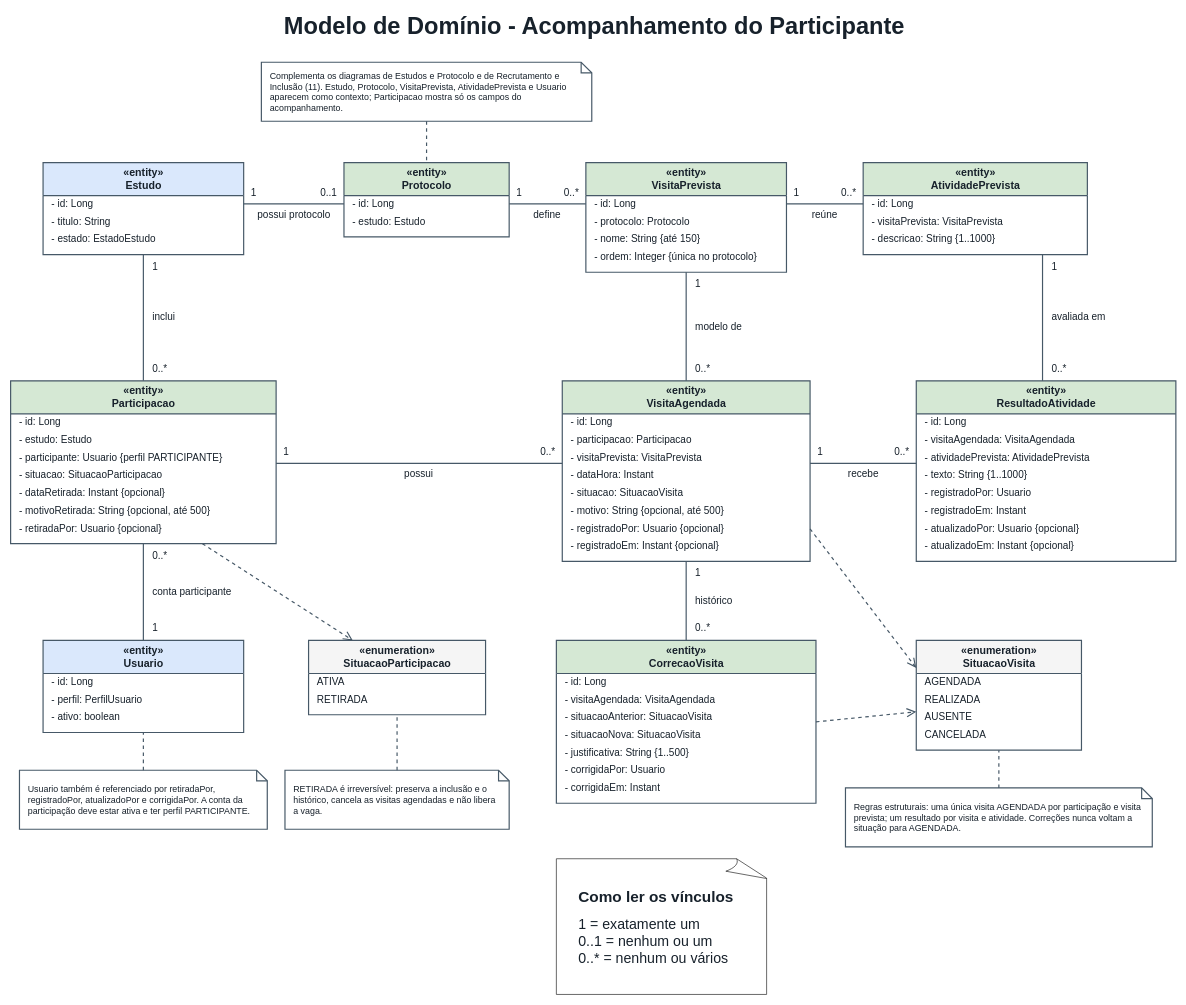
The draw.io diagram docs/diagramas/15_modelo_dominio_acompanhamento.drawio in Sinddylnn/ClinicalStudyPB, before the edit. Source tidied: cells renumbered, new cells numbered last; positions are measured from the earlier drawing's top-left corner, leaving out a move shared by most shapes. Both pictures are drawn from the tidied source at 59%, with x=0, y=0 at pixel (10, 10).
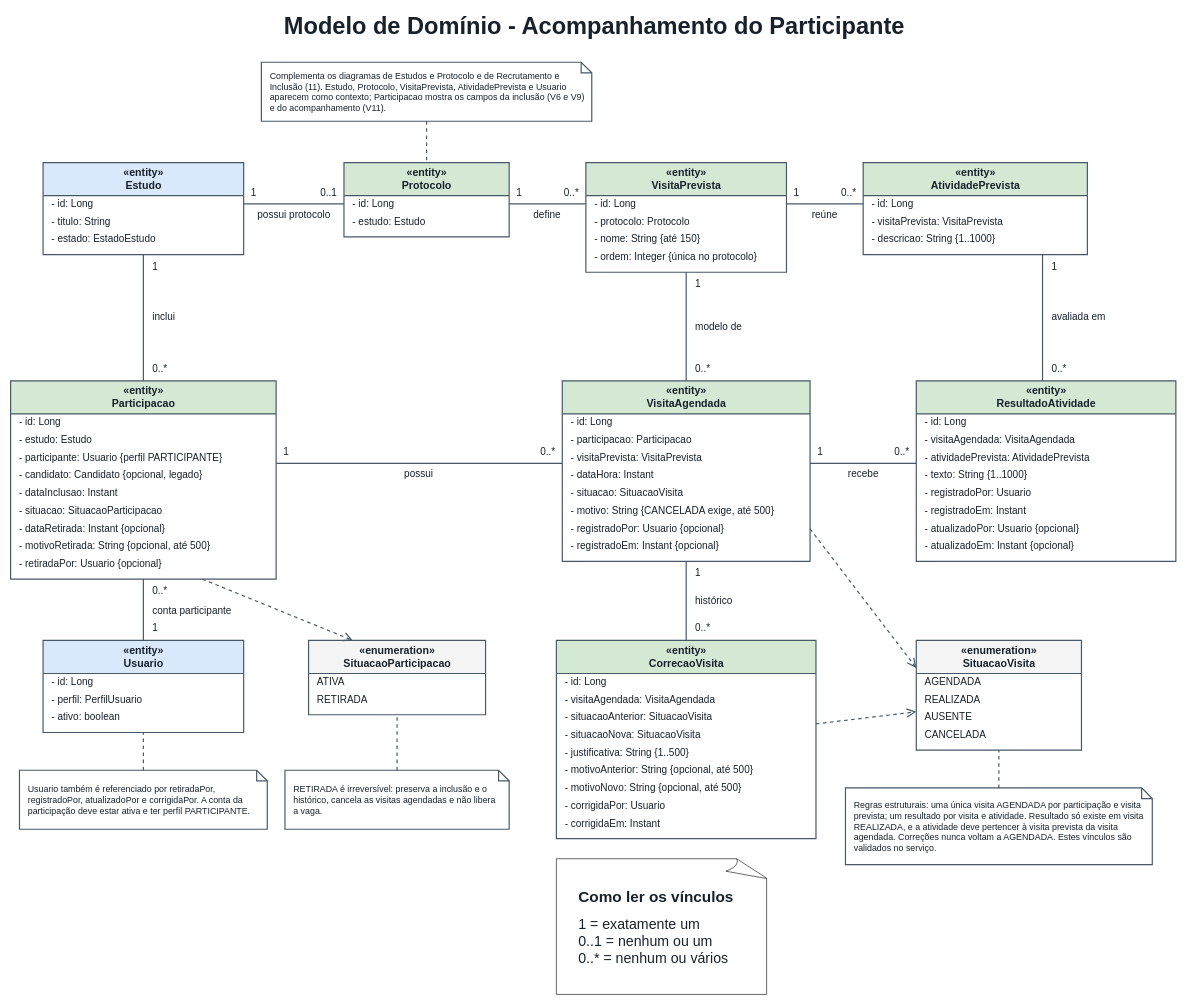
Above is the later version.

Commit message (it also covers changes not shown here):
fix: aplica correções em diagramas

Unchanged cells that the change refers to:
```xml
<mxCell id="26" value="«entity»&#10;VisitaAgendada" style="swimlane;html=0;whiteSpace=wrap;startSize=56;horizontal=1;align=center;verticalAlign=middle;fontFamily=Arial;fontSize=18;fontStyle=1;fontColor=#17212B;fillColor=#D5E8D4;swimlaneFillColor=#FFFFFF;strokeColor=#465867;strokeWidth=2;" parent="1" vertex="1">
  <mxGeometry x="935.5" y="628" width="420" height="306" as="geometry" />
</mxCell>
<mxCell id="59" value="«enumeration»&#10;SituacaoVisita" style="swimlane;html=0;whiteSpace=wrap;startSize=56;horizontal=1;align=center;verticalAlign=middle;fontFamily=Arial;fontSize=18;fontStyle=1;fontColor=#17212B;fillColor=#F5F5F5;swimlaneFillColor=#FFFFFF;strokeColor=#465867;strokeWidth=2;" parent="1" vertex="1">
  <mxGeometry x="1535.5" y="1068" width="280" height="186" as="geometry" />
</mxCell>
```

Change to the diagram source:
```diff
@@
     <mxCell id="18" value="«entity»&#10;Participacao" style="swimlane;html=0;whiteSpace=wrap;startSize=56;horizontal=1;align=center;verticalAlign=middle;fontFamily=Arial;fontSize=18;fontStyle=1;fontColor=#17212B;fillColor=#D5E8D4;swimlaneFillColor=#FFFFFF;strokeColor=#465867;strokeWidth=2;" parent="1" vertex="1">
-      <mxGeometry x="0.5" y="628" width="450" height="276" as="geometry" />
+      <mxGeometry x="0.5" y="628" width="450" height="336" as="geometry" />
     </mxCell>
@@
-    <mxCell id="22" value="- situacao: SituacaoParticipacao" style="text;html=0;whiteSpace=wrap;align=left;verticalAlign=middle;spacingLeft=12;spacingRight=12;fontFamily=Arial;fontSize=17;fontColor=#17212B;" parent="18" vertex="1">
+    <mxCell id="22" value="- candidato: Candidato {opcional, legado}" style="text;html=0;whiteSpace=wrap;align=left;verticalAlign=middle;spacingLeft=12;spacingRight=12;fontFamily=Arial;fontSize=17;fontColor=#17212B;" parent="18" vertex="1">
       <mxGeometry y="146" width="450" height="30" as="geometry" />
     </mxCell>
-    <mxCell id="23" value="- dataRetirada: Instant {opcional}" style="text;html=0;whiteSpace=wrap;align=left;verticalAlign=middle;spacingLeft=12;spacingRight=12;fontFamily=Arial;fontSize=17;fontColor=#17212B;" parent="18" vertex="1">
+    <mxCell id="23" value="- dataInclusao: Instant" style="text;html=0;whiteSpace=wrap;align=left;verticalAlign=middle;spacingLeft=12;spacingRight=12;fontFamily=Arial;fontSize=17;fontColor=#17212B;" parent="18" vertex="1">
       <mxGeometry y="176" width="450" height="30" as="geometry" />
     </mxCell>
-    <mxCell id="24" value="- motivoRetirada: String {opcional, até 500}" style="text;html=0;whiteSpace=wrap;align=left;verticalAlign=middle;spacingLeft=12;spacingRight=12;fontFamily=Arial;fontSize=17;fontColor=#17212B;" parent="18" vertex="1">
+    <mxCell id="24" value="- situacao: SituacaoParticipacao" style="text;html=0;whiteSpace=wrap;align=left;verticalAlign=middle;spacingLeft=12;spacingRight=12;fontFamily=Arial;fontSize=17;fontColor=#17212B;" parent="18" vertex="1">
       <mxGeometry y="206" width="450" height="30" as="geometry" />
     </mxCell>
-    <mxCell id="25" value="- retiradaPor: Usuario {opcional}" style="text;html=0;whiteSpace=wrap;align=left;verticalAlign=middle;spacingLeft=12;spacingRight=12;fontFamily=Arial;fontSize=17;fontColor=#17212B;" parent="18" vertex="1">
+    <mxCell id="25" value="- dataRetirada: Instant {opcional}" style="text;html=0;whiteSpace=wrap;align=left;verticalAlign=middle;spacingLeft=12;spacingRight=12;fontFamily=Arial;fontSize=17;fontColor=#17212B;" parent="18" vertex="1">
       <mxGeometry y="236" width="450" height="30" as="geometry" />
     </mxCell>
+    <mxCell id="119" value="- motivoRetirada: String {opcional, até 500}" style="text;html=0;whiteSpace=wrap;align=left;verticalAlign=middle;spacingLeft=12;spacingRight=12;fontFamily=Arial;fontSize=17;fontColor=#17212B;" parent="18" vertex="1">
+      <mxGeometry y="266" width="450" height="30" as="geometry" />
+    </mxCell>
+    <mxCell id="120" value="- retiradaPor: Usuario {opcional}" style="text;html=0;whiteSpace=wrap;align=left;verticalAlign=middle;spacingLeft=12;spacingRight=12;fontFamily=Arial;fontSize=17;fontColor=#17212B;" parent="18" vertex="1">
+      <mxGeometry y="296" width="450" height="30" as="geometry" />
+    </mxCell>
@@
-    <mxCell id="32" value="- motivo: String {opcional, até 500}" style="text;html=0;whiteSpace=wrap;align=left;verticalAlign=middle;spacingLeft=12;spacingRight=12;fontFamily=Arial;fontSize=17;fontColor=#17212B;" parent="26" vertex="1">
+    <mxCell id="32" value="- motivo: String {CANCELADA exige, até 500}" style="text;html=0;whiteSpace=wrap;align=left;verticalAlign=middle;spacingLeft=12;spacingRight=12;fontFamily=Arial;fontSize=17;fontColor=#17212B;" parent="26" vertex="1">
       <mxGeometry y="206" width="420" height="30" as="geometry" />
     </mxCell>
@@
     <mxCell id="51" value="«entity»&#10;CorrecaoVisita" style="swimlane;html=0;whiteSpace=wrap;startSize=56;horizontal=1;align=center;verticalAlign=middle;fontFamily=Arial;fontSize=18;fontStyle=1;fontColor=#17212B;fillColor=#D5E8D4;swimlaneFillColor=#FFFFFF;strokeColor=#465867;strokeWidth=2;" parent="1" vertex="1">
-      <mxGeometry x="925.5" y="1068" width="440" height="276" as="geometry" />
+      <mxGeometry x="925.5" y="1068" width="440" height="336" as="geometry" />
     </mxCell>
@@
-    <mxCell id="57" value="- corrigidaPor: Usuario" style="text;html=0;whiteSpace=wrap;align=left;verticalAlign=middle;spacingLeft=12;spacingRight=12;fontFamily=Arial;fontSize=17;fontColor=#17212B;" parent="51" vertex="1">
+    <mxCell id="57" value="- motivoAnterior: String {opcional, até 500}" style="text;html=0;whiteSpace=wrap;align=left;verticalAlign=middle;spacingLeft=12;spacingRight=12;fontFamily=Arial;fontSize=17;fontColor=#17212B;" parent="51" vertex="1">
       <mxGeometry y="206" width="440" height="30" as="geometry" />
     </mxCell>
-    <mxCell id="58" value="- corrigidaEm: Instant" style="text;html=0;whiteSpace=wrap;align=left;verticalAlign=middle;spacingLeft=12;spacingRight=12;fontFamily=Arial;fontSize=17;fontColor=#17212B;" parent="51" vertex="1">
+    <mxCell id="58" value="- motivoNovo: String {opcional, até 500}" style="text;html=0;whiteSpace=wrap;align=left;verticalAlign=middle;spacingLeft=12;spacingRight=12;fontFamily=Arial;fontSize=17;fontColor=#17212B;" parent="51" vertex="1">
       <mxGeometry y="236" width="440" height="30" as="geometry" />
     </mxCell>
+    <mxCell id="121" value="- corrigidaPor: Usuario" style="text;html=0;whiteSpace=wrap;align=left;verticalAlign=middle;spacingLeft=12;spacingRight=12;fontFamily=Arial;fontSize=17;fontColor=#17212B;" parent="51" vertex="1">
+      <mxGeometry y="266" width="440" height="30" as="geometry" />
+    </mxCell>
+    <mxCell id="122" value="- corrigidaEm: Instant" style="text;html=0;whiteSpace=wrap;align=left;verticalAlign=middle;spacingLeft=12;spacingRight=12;fontFamily=Arial;fontSize=17;fontColor=#17212B;" parent="51" vertex="1">
+      <mxGeometry y="296" width="440" height="30" as="geometry" />
+    </mxCell>
@@
-    <mxCell id="64" value="Complementa os diagramas de Estudos e Protocolo e de Recrutamento e Inclusão (11). Estudo, Protocolo, VisitaPrevista, AtividadePrevista e Usuario aparecem como contexto; Participacao mostra só os campos do acompanhamento." style="shape=note;whiteSpace=wrap;html=0;backgroundOutline=1;size=18;fillColor=#FFFFFF;strokeColor=#465867;strokeWidth=2;fontFamily=Arial;fontSize=15;fontColor=#17212B;align=left;verticalAlign=middle;spacingLeft=12;spacingRight=12;" parent="1" vertex="1">
+    <mxCell id="64" value="Complementa os diagramas de Estudos e Protocolo e de Recrutamento e Inclusão (11). Estudo, Protocolo, VisitaPrevista, AtividadePrevista e Usuario aparecem como contexto; Participacao mostra os campos da inclusão (V6 e V9) e do acompanhamento (V11)." style="shape=note;whiteSpace=wrap;html=0;backgroundOutline=1;size=18;fillColor=#FFFFFF;strokeColor=#465867;strokeWidth=2;fontFamily=Arial;fontSize=15;fontColor=#17212B;align=left;verticalAlign=middle;spacingLeft=12;spacingRight=12;" parent="1" vertex="1">
       <mxGeometry x="425.5" y="88" width="560" height="100" as="geometry" />
     </mxCell>
@@
-    <mxCell id="67" value="Regras estruturais: uma única visita AGENDADA por participação e visita prevista; um resultado por visita e atividade. Correções nunca voltam a situação para AGENDADA." style="shape=note;whiteSpace=wrap;html=0;backgroundOutline=1;size=18;fillColor=#FFFFFF;strokeColor=#465867;strokeWidth=2;fontFamily=Arial;fontSize=15;fontColor=#17212B;align=left;verticalAlign=middle;spacingLeft=12;spacingRight=12;" parent="1" vertex="1">
-      <mxGeometry x="1415.5" y="1318" width="520" height="100" as="geometry" />
+    <mxCell id="67" value="Regras estruturais: uma única visita AGENDADA por participação e visita prevista; um resultado por visita e atividade. Resultado só existe em visita REALIZADA, e a atividade deve pertencer à visita prevista da visita agendada. Correções nunca voltam a AGENDADA. Estes vínculos são validados no serviço." style="shape=note;whiteSpace=wrap;html=0;backgroundOutline=1;size=18;fillColor=#FFFFFF;strokeColor=#465867;strokeWidth=2;fontFamily=Arial;fontSize=15;fontColor=#17212B;align=left;verticalAlign=middle;spacingLeft=12;spacingRight=12;" parent="1" vertex="1">
+      <mxGeometry x="1415.5" y="1318" width="520" height="130" as="geometry" />
     </mxCell>
@@
-    <mxCell id="73" style="html=0;rounded=0;endArrow=none;endFill=0;endSize=12;strokeColor=#465867;strokeWidth=2;exitX=1;exitY=0.507246;exitPerimeter=0;entryX=0;entryY=0.457516;entryPerimeter=0;dashed=0;" parent="1" edge="1" source="18" target="26">
+    <mxCell id="73" style="html=0;rounded=0;endArrow=none;endFill=0;endSize=12;strokeColor=#465867;strokeWidth=2;exitX=1;exitY=0.416667;exitPerimeter=0;entryX=0;entryY=0.457516;entryPerimeter=0;dashed=0;" parent="1" edge="1" source="18" target="26">
       <mxGeometry relative="1" as="geometry" />
     </mxCell>
@@
-    <mxCell id="80" style="html=0;rounded=0;endArrow=open;endFill=0;endSize=12;strokeColor=#465867;strokeWidth=2;exitX=1;exitY=0.5;exitPerimeter=0;entryX=0;entryY=0.65;entryPerimeter=0;dashed=1;" parent="1" edge="1" source="51" target="59">
+    <mxCell id="80" style="html=0;rounded=0;endArrow=open;endFill=0;endSize=12;strokeColor=#465867;strokeWidth=2;exitX=1;0.410714;exitPerimeter=0;entryX=0;entryY=0.65;entryPerimeter=0;dashed=1;" parent="1" edge="1" source="51" target="59">
       <mxGeometry relative="1" as="geometry" />
     </mxCell>
@@
     <mxCell id="97" value="0..*" style="text;html=0;whiteSpace=wrap;align=left;verticalAlign=middle;fontFamily=Arial;fontSize=17;fontColor=#17212B;fontStyle=0;spacing=0;" parent="1" vertex="1">
-      <mxGeometry x="240.5" y="912" width="35" height="25" as="geometry" />
+      <mxGeometry x="240.5" y="972" width="35" height="25" as="geometry" />
     </mxCell>
@@
     <mxCell id="99" value="conta participante" style="text;html=0;whiteSpace=wrap;align=left;verticalAlign=middle;fontFamily=Arial;fontSize=17;fontColor=#17212B;fontStyle=0;spacing=0;" parent="1" vertex="1">
-      <mxGeometry x="240.5" y="974" width="144" height="25" as="geometry" />
+      <mxGeometry x="240.5" y="1006" width="144" height="25" as="geometry" />
     </mxCell>
```
